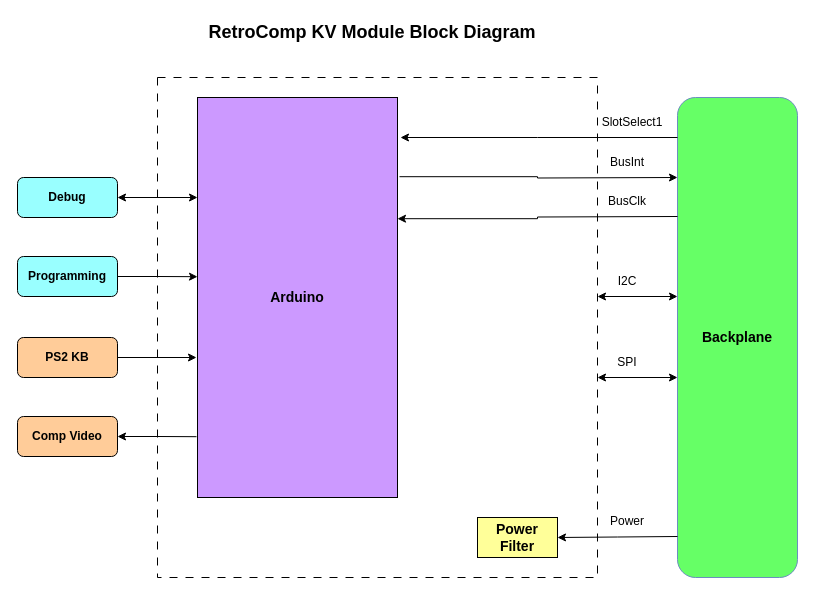
The draw.io diagram docs/RetroComp-KV-Block-Diagram.drawio in dervish77/RetroComp, before the edit. Source tidied: cells renumbered, new cells numbered last; positions are measured from the earlier drawing's top-left corner, leaving out a move shared by most shapes. Both pictures are drawn from the tidied source at 100%, with x=0, y=0 at pixel (17, 17).
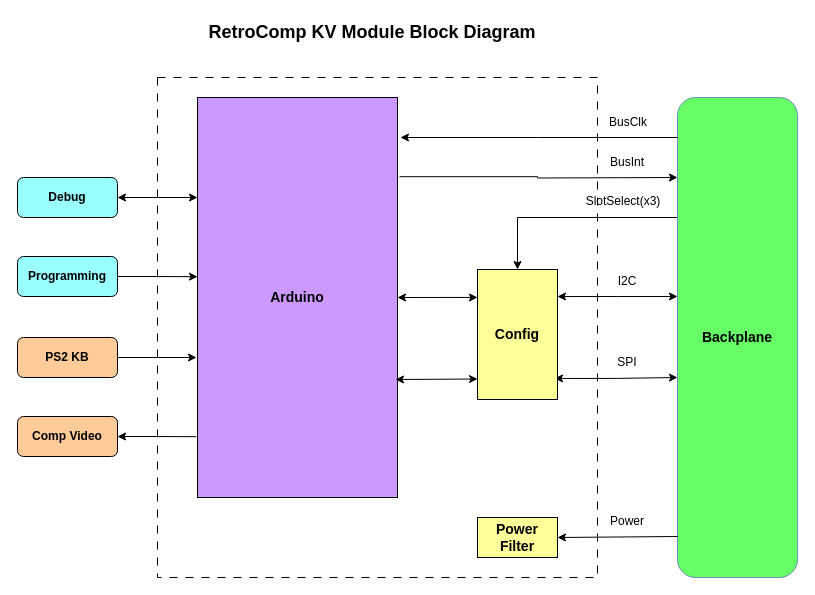
After the change.

Commit message (it also covers changes not shown here):
added serial and parallel module diagrams ; modified audio, kv, and storage

Unchanged cells that the change refers to:
```xml
<mxCell id="3" value="&lt;b&gt;&lt;font style=&quot;font-size: 14px;&quot;&gt;Backplane&lt;/font&gt;&lt;/b&gt;" style="rounded=1;whiteSpace=wrap;html=1;fillColor=#66FF66;strokeColor=#6c8ebf;" parent="1" vertex="1">
  <mxGeometry x="660" y="80" width="120" height="480" as="geometry" />
</mxCell>
<mxCell id="6" value="&lt;span style=&quot;font-size: 14px;&quot;&gt;&lt;b&gt;Arduino&lt;/b&gt;&lt;/span&gt;" style="rounded=0;whiteSpace=wrap;html=1;fillColor=#CC99FF;" parent="1" vertex="1">
  <mxGeometry x="180" y="80" width="200" height="400" as="geometry" />
</mxCell>
```

What changed in the source:
```diff
@@
+    <mxCell id="27" style="edgeStyle=none;rounded=0;jettySize=auto;html=1;exitX=0;exitY=0.25;exitDx=0;exitDy=0;entryX=0.5;entryY=0;entryDx=0;entryDy=0;" parent="1" edge="1" source="3" target="29">
+      <mxGeometry relative="1" as="geometry">
+        <Array as="points">
+          <mxPoint x="500" y="200" />
+        </Array>
+      </mxGeometry>
+    </mxCell>
@@
-    <mxCell id="7" style="edgeStyle=orthogonalEdgeStyle;rounded=0;orthogonalLoop=1;jettySize=auto;html=1;exitX=1;exitY=0.75;exitDx=0;exitDy=0;entryX=0;entryY=0.75;entryDx=0;entryDy=0;startArrow=classic;startFill=1;" parent="1" edge="1">
+    <mxCell id="7" style="edgeStyle=orthogonalEdgeStyle;rounded=0;jettySize=auto;html=1;exitX=0.963;exitY=0.838;exitDx=0;exitDy=0;entryX=0;entryY=0.75;entryDx=0;entryDy=0;startArrow=classic;startFill=1;exitPerimeter=0;" parent="1" edge="1" source="29">
       <mxGeometry relative="1" as="geometry">
-        <mxPoint x="580" y="360" as="sourcePoint" />
         <mxPoint x="660" y="360" as="targetPoint" />
       </mxGeometry>
     </mxCell>
@@
-    <mxCell id="13" style="edgeStyle=orthogonalEdgeStyle;rounded=0;jettySize=auto;html=1;exitX=1;exitY=0.75;exitDx=0;exitDy=0;entryX=1;entryY=0.303;entryDx=0;entryDy=0;entryPerimeter=0;" parent="1" edge="1" target="6">
-      <mxGeometry relative="1" as="geometry">
-        <mxPoint x="660" y="199" as="sourcePoint" />
-      </mxGeometry>
-    </mxCell>
-    <mxCell id="14" value="BusClk" style="text;html=1;align=center;verticalAlign=middle;whiteSpace=wrap;rounded=0;" parent="1" vertex="1">
-      <mxGeometry x="580" y="169" width="60" height="30" as="geometry" />
+    <mxCell id="14" value="SlotSelect(x3)" style="text;html=1;align=center;verticalAlign=middle;whiteSpace=wrap;rounded=0;" parent="1" vertex="1">
+      <mxGeometry x="566" y="169" width="80" height="30" as="geometry" />
     </mxCell>
@@
-    <mxCell id="17" style="edgeStyle=orthogonalEdgeStyle;rounded=0;orthogonalLoop=1;jettySize=auto;html=1;exitX=1;exitY=0.75;exitDx=0;exitDy=0;entryX=0;entryY=0.75;entryDx=0;entryDy=0;startArrow=classic;startFill=1;" parent="1" edge="1">
+    <mxCell id="17" style="edgeStyle=orthogonalEdgeStyle;rounded=0;jettySize=auto;html=1;exitX=1;exitY=0.208;exitDx=0;exitDy=0;entryX=0;entryY=0.75;entryDx=0;entryDy=0;startArrow=classic;startFill=1;exitPerimeter=0;" parent="1" edge="1" source="29">
       <mxGeometry relative="1" as="geometry">
-        <mxPoint x="580" y="279" as="sourcePoint" />
         <mxPoint x="660" y="279" as="targetPoint" />
       </mxGeometry>
     </mxCell>
@@
-    <mxCell id="22" value="SlotSelect1" style="text;html=1;align=center;verticalAlign=middle;whiteSpace=wrap;rounded=0;" parent="1" vertex="1">
-      <mxGeometry x="560" y="90" width="110" height="30" as="geometry" />
+    <mxCell id="22" value="BusClk" style="text;html=1;align=center;verticalAlign=middle;whiteSpace=wrap;rounded=0;" parent="1" vertex="1">
+      <mxGeometry x="556" y="90" width="110" height="30" as="geometry" />
     </mxCell>
@@
+    <mxCell id="28" style="edgeStyle=none;rounded=0;jettySize=auto;html=1;exitX=0;exitY=0.215;exitDx=0;exitDy=0;entryX=1;entryY=0.5;entryDx=0;entryDy=0;exitPerimeter=0;startArrow=classic;startFill=1;" parent="1" edge="1" source="29" target="6">
+      <mxGeometry relative="1" as="geometry" />
+    </mxCell>
+    <mxCell id="29" value="&lt;span style=&quot;font-size: 14px;&quot;&gt;&lt;b&gt;Config&lt;/b&gt;&lt;/span&gt;" style="rounded=0;whiteSpace=wrap;html=1;fillColor=#FFFF99;" parent="1" vertex="1">
+      <mxGeometry x="460" y="252" width="80" height="130" as="geometry" />
+    </mxCell>
+    <mxCell id="30" style="edgeStyle=none;rounded=0;orthogonalLoop=1;jettySize=auto;html=1;exitX=0;exitY=0.75;exitDx=0;exitDy=0;entryX=0.99;entryY=0.675;entryDx=0;entryDy=0;entryPerimeter=0;startArrow=classic;startFill=1;" parent="1" edge="1">
+      <mxGeometry relative="1" as="geometry">
+        <mxPoint x="460" y="361.5" as="sourcePoint" />
+        <mxPoint x="378" y="362" as="targetPoint" />
+      </mxGeometry>
+    </mxCell>
```
